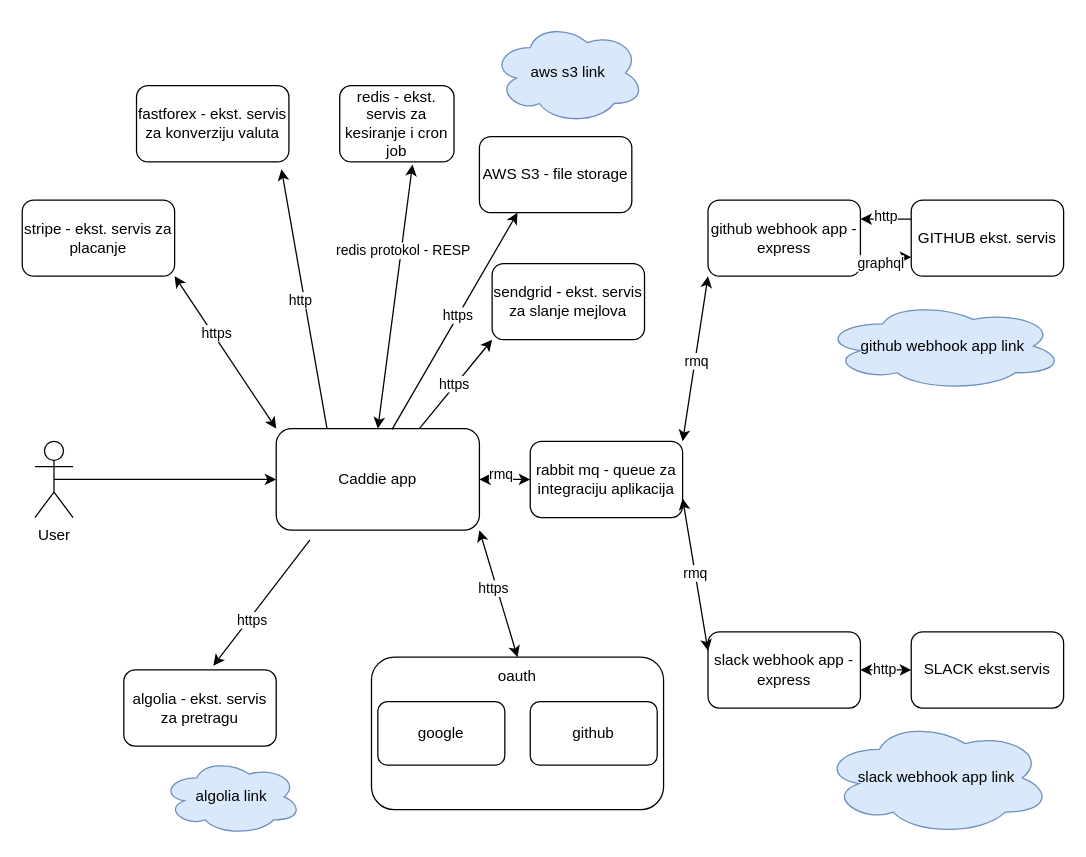
Earlier version of the draw.io diagram 1. nivo.drawio (vulinana/ZOSS-Projekat). Source tidied: cells renumbered, new cells numbered last; positions are measured from the earlier drawing's top-left corner, leaving out a move shared by most shapes. Both pictures are drawn from the tidied source at 127%, with x=0, y=0 at pixel (22, 22).
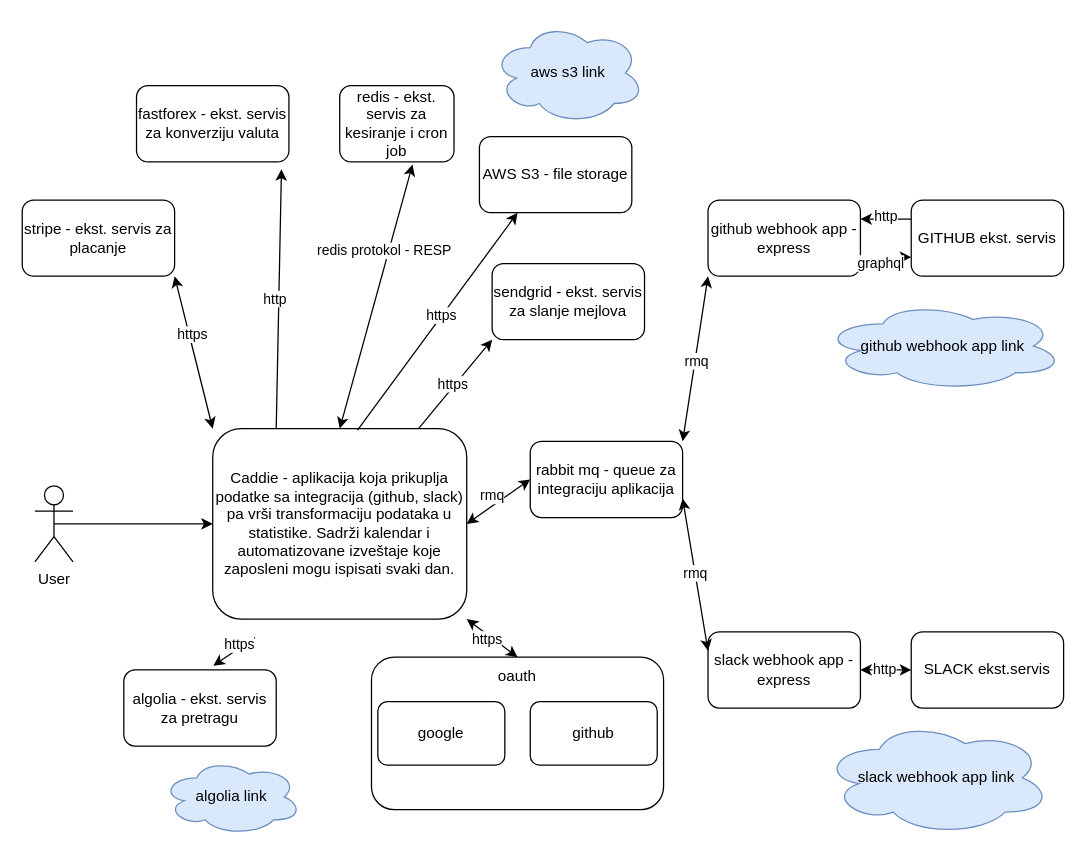
After the change.

Unchanged cells that the change refers to:
```xml
<mxCell id="39" style="endArrow=classic;html=1;rounded=0;exitX=0.166;exitY=1.096;exitDx=0;exitDy=0;exitPerimeter=0;entryX=0.587;entryY=-0.054;entryDx=0;entryDy=0;entryPerimeter=0;" parent="1" edge="1" source="2" target="38">
  <mxGeometry relative="1" as="geometry" />
</mxCell>
```

The edit, as a diff of the source:
```diff
@@
-    <mxCell id="2" value="Caddie app" style="rounded=1;whiteSpace=wrap;html=1;" parent="1" vertex="1">
-      <mxGeometry x="200" y="320" width="160" height="80" as="geometry" />
+    <mxCell id="2" value="Caddie - aplikacija koja prikuplja podatke sa integracija (github, slack) pa vrši transformaciju podataka u statistike. Sadrži kalendar i automatizovane izveštaje koje zaposleni mogu ispisati svaki dan." style="rounded=1;whiteSpace=wrap;html=1;" parent="1" vertex="1">
+      <mxGeometry x="150" y="320" width="200" height="150" as="geometry" />
     </mxCell>
@@
     <mxCell id="40" value="https" style="edgeLabel;html=1;align=center;verticalAlign=middle;" parent="39" vertex="1">
       <mxGeometry x="-0.5" y="2" relative="1" as="geometry">
-        <mxPoint x="-29" y="37" as="offset" />
+        <mxPoint x="-6" y="-2" as="offset" />
       </mxGeometry>
     </mxCell>
@@
     <mxCell id="44" value="User" style="shape=umlActor;verticalLabelPosition=bottom;verticalAlign=top;html=1;outlineConnect=0;" parent="1" vertex="1">
-      <mxGeometry x="10" y="330" width="30" height="60" as="geometry" />
+      <mxGeometry x="10" y="365" width="30" height="60" as="geometry" />
     </mxCell>
```
